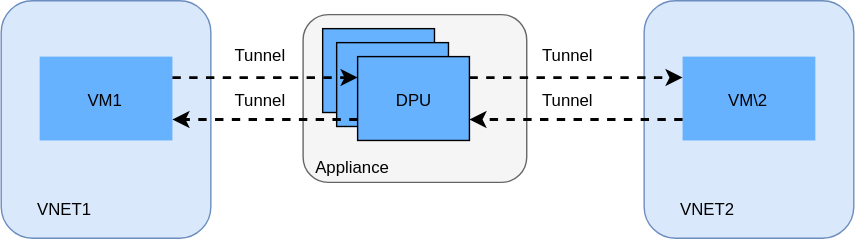
Earlier version of the draw.io export documentation/vnet2vnet-service/design/images/vnet-to-vnet-one-dpu.svg (sonic-net/DASH). Source tidied: cells renumbered, new cells last; positions are measured from the earlier drawing's top-left corner, leaving out a move shared by most shapes.
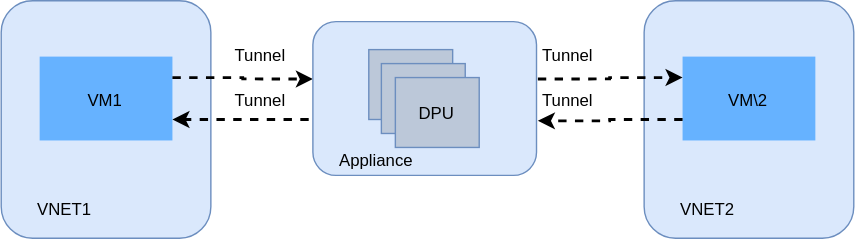
After the change.

What changed in the source:
```diff
@@ -38,37 +38,18 @@
     <mxCell id="13" value="VM\2" style="text;html=1;align=center;verticalAlign=middle;strokeColor=none;fillColor=none;" parent="11" vertex="1">
       <mxGeometry x="26.5" y="22" width="40" height="20" as="geometry" />
     </mxCell>
-    <mxCell id="14" style="group;" parent="1" vertex="1">
-      <mxGeometry x="255" y="40" width="125" height="90" as="geometry" />
-    </mxCell>
-    <mxCell id="15" style="rounded=1;whiteSpace=wrap;html=1;fillColor=#f5f5f5;fontColor=#333333;strokeColor=#666666;" parent="14" vertex="1">
-      <mxGeometry x="-39" y="-30" width="160" height="120" as="geometry" />
-    </mxCell>
-    <mxCell id="16" style="rounded=0;whiteSpace=wrap;html=1;fillColor=#66B2FF;" parent="14" vertex="1">
-      <mxGeometry x="-25" y="-20" width="80" height="60" as="geometry" />
-    </mxCell>
-    <mxCell id="17" style="rounded=0;whiteSpace=wrap;html=1;fillColor=#66B2FF;" parent="14" vertex="1">
-      <mxGeometry x="-15" y="-10" width="80" height="60" as="geometry" />
-    </mxCell>
-    <mxCell id="18" style="rounded=0;whiteSpace=wrap;html=1;fillColor=#66B2FF;" parent="14" vertex="1">
-      <mxGeometry width="80" height="60" as="geometry" />
-    </mxCell>
-    <mxCell id="19" value="DPU" style="text;html=1;align=center;verticalAlign=middle;strokeColor=none;fillColor=none;" parent="14" vertex="1">
-      <mxGeometry x="20" y="22" width="40" height="20" as="geometry" />
-    </mxCell>
-    <mxCell id="20" value="Appliance" style="text;html=1;align=center;verticalAlign=middle;strokeColor=none;fillColor=none;" parent="14" vertex="1">
-      <mxGeometry x="-39" y="70" width="70" height="20" as="geometry" />
-    </mxCell>
-    <mxCell id="21" style="edgeStyle=orthogonalEdgeStyle;rounded=0;jettySize=auto;html=1;exitX=1;exitY=0.25;exitDx=0;exitDy=0;entryX=0;entryY=0.25;entryDx=0;entryDy=0;strokeWidth=2;dashed=1;" parent="1" edge="1" source="6" target="18">
+    <mxCell id="21" style="edgeStyle=orthogonalEdgeStyle;rounded=0;jettySize=auto;html=1;exitX=1;exitY=0.25;exitDx=0;exitDy=0;strokeWidth=2;dashed=1;entryX=0;entryY=0.373;entryDx=0;entryDy=0;entryPerimeter=0;" parent="1" edge="1" source="6" target="30">
       <mxGeometry relative="1" as="geometry" />
     </mxCell>
-    <mxCell id="22" style="edgeStyle=orthogonalEdgeStyle;rounded=0;jettySize=auto;html=1;exitX=0;exitY=0.75;exitDx=0;exitDy=0;entryX=1;entryY=0.75;entryDx=0;entryDy=0;strokeWidth=2;dashed=1;" parent="1" edge="1" source="18" target="6">
-      <mxGeometry relative="1" as="geometry" />
+    <mxCell id="22" style="edgeStyle=orthogonalEdgeStyle;rounded=0;jettySize=auto;html=1;entryX=1;entryY=0.75;entryDx=0;entryDy=0;strokeWidth=2;dashed=1;" parent="1" edge="1" target="6">
+      <mxGeometry relative="1" as="geometry">
+        <mxPoint x="220" y="85" as="sourcePoint" />
+      </mxGeometry>
     </mxCell>
-    <mxCell id="23" style="edgeStyle=orthogonalEdgeStyle;rounded=0;jettySize=auto;html=1;exitX=1;exitY=0.25;exitDx=0;exitDy=0;entryX=0;entryY=0.25;entryDx=0;entryDy=0;strokeWidth=2;dashed=1;" parent="1" edge="1" source="18" target="12">
+    <mxCell id="23" style="edgeStyle=orthogonalEdgeStyle;rounded=0;jettySize=auto;html=1;entryX=0;entryY=0.25;entryDx=0;entryDy=0;strokeWidth=2;dashed=1;exitX=1.006;exitY=0.373;exitDx=0;exitDy=0;exitPerimeter=0;" parent="1" edge="1" source="30" target="12">
       <mxGeometry relative="1" as="geometry" />
     </mxCell>
-    <mxCell id="24" style="edgeStyle=orthogonalEdgeStyle;rounded=0;jettySize=auto;html=1;exitX=0;exitY=0.75;exitDx=0;exitDy=0;entryX=1;entryY=0.75;entryDx=0;entryDy=0;strokeWidth=2;dashed=1;" parent="1" edge="1" source="12" target="18">
+    <mxCell id="24" style="edgeStyle=orthogonalEdgeStyle;rounded=0;jettySize=auto;html=1;exitX=0;exitY=0.75;exitDx=0;exitDy=0;strokeWidth=2;dashed=1;entryX=1.006;entryY=0.645;entryDx=0;entryDy=0;entryPerimeter=0;" parent="1" edge="1" source="12" target="30">
       <mxGeometry relative="1" as="geometry" />
     </mxCell>
     <mxCell id="25" value="Tunnel" style="text;html=1;align=center;verticalAlign=middle;strokeColor=none;fillColor=none;" parent="1" vertex="1">
@@ -83,5 +64,26 @@
     <mxCell id="28" value="Tunnel" style="text;html=1;align=center;verticalAlign=middle;strokeColor=none;fillColor=none;" parent="1" vertex="1">
       <mxGeometry x="380" y="30" width="50" height="20" as="geometry" />
     </mxCell>
+    <mxCell id="29" style="group;" parent="1" vertex="1">
+      <mxGeometry x="223" y="15" width="160" height="110" as="geometry" />
+    </mxCell>
+    <mxCell id="30" style="rounded=1;whiteSpace=wrap;html=1;fillColor=#dae8fc;strokeColor=#6c8ebf;fontStyle=0;" parent="29" vertex="1">
+      <mxGeometry width="160" height="110" as="geometry" />
+    </mxCell>
+    <mxCell id="20" value="&lt;span&gt;Appliance&lt;/span&gt;" style="text;html=1;align=center;verticalAlign=middle;strokeColor=none;fillColor=none;fontStyle=0;" parent="29" vertex="1">
+      <mxGeometry x="10" y="90" width="70" height="20" as="geometry" />
+    </mxCell>
+    <mxCell id="31" style="rounded=0;whiteSpace=wrap;html=1;fillColor=#BCC8D9;strokeColor=#6c8ebf;fontStyle=0;" parent="29" vertex="1">
+      <mxGeometry x="40" y="20" width="60" height="50" as="geometry" />
+    </mxCell>
+    <mxCell id="32" style="rounded=0;whiteSpace=wrap;html=1;fillColor=#BCC8D9;strokeColor=#6c8ebf;fontStyle=0;" parent="29" vertex="1">
+      <mxGeometry x="49" y="30" width="60" height="50" as="geometry" />
+    </mxCell>
+    <mxCell id="33" style="rounded=0;whiteSpace=wrap;html=1;fillColor=#BCC8D9;strokeColor=#6c8ebf;fontStyle=0;" parent="29" vertex="1">
+      <mxGeometry x="59" y="40" width="60" height="50" as="geometry" />
+    </mxCell>
+    <mxCell id="19" value="DPU" style="text;whiteSpace=wrap;html=1;fontSize=12;" parent="29" vertex="1">
+      <mxGeometry x="74" y="52" width="30" height="30" as="geometry" />
+    </mxCell>
   </root>
 </mxGraphModel>
```
